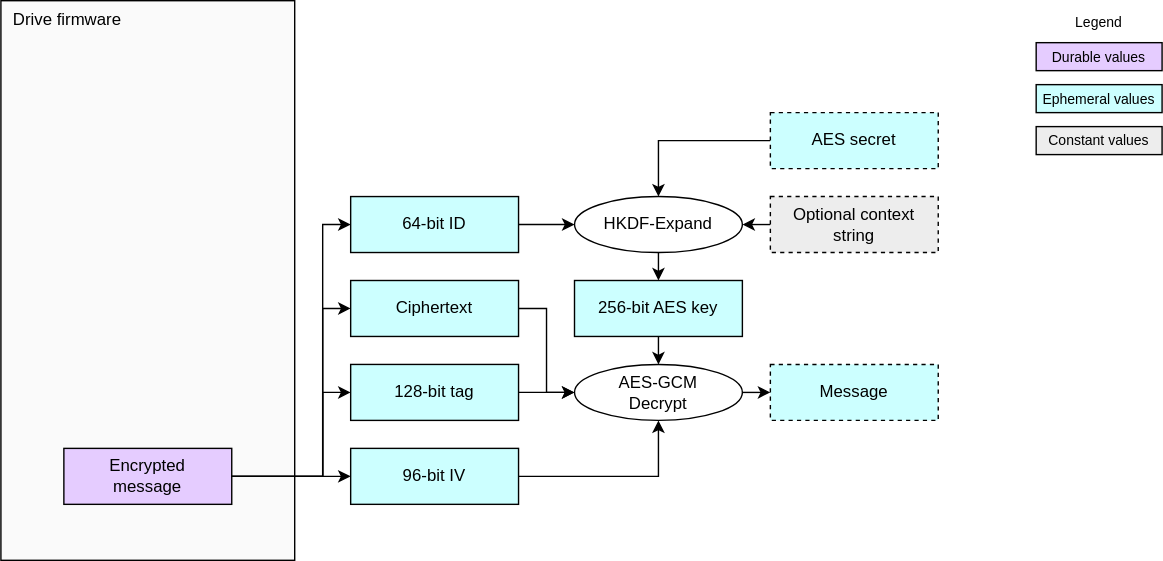
This is doc/ocp_lock/diagrams/preconditioned_aes_decrypt.drawio.svg from chipsalliance/Caliptra, a draw.io export, as it was before one commit. Source tidied: cells renumbered, new cells last; positions are measured from the earlier drawing's top-left corner, leaving out a move shared by most shapes.
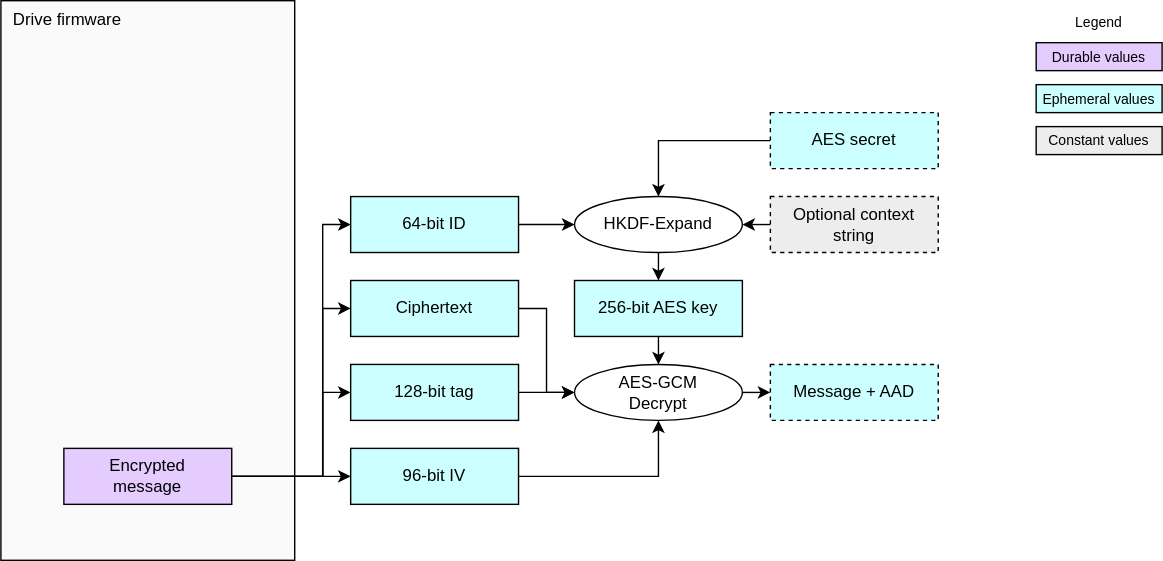
Later version of the same file.

Diff of the diagram source:
```diff
@@ -23,7 +23,7 @@
     <mxCell id="8" style="edgeStyle=orthogonalEdgeStyle;html=1;exitX=1;exitY=0.5;exitDx=0;exitDy=0;entryX=0;entryY=0.5;entryDx=0;entryDy=0;rounded=0;" parent="1" edge="1" source="13" target="9">
       <mxGeometry relative="1" as="geometry" />
     </mxCell>
-    <mxCell id="9" value="&lt;div&gt;&lt;font color=&quot;#000000&quot;&gt;Message&lt;/font&gt;&lt;/div&gt;" style="rounded=0;whiteSpace=wrap;html=1;align=center;verticalAlign=middle;shadow=0;glass=0;spacingLeft=0;spacingBottom=0;spacingTop=0;fillColor=#CCFFFF;dashed=1;" parent="1" vertex="1">
+    <mxCell id="9" value="&lt;div&gt;&lt;font color=&quot;#000000&quot;&gt;Message + AAD&lt;/font&gt;&lt;/div&gt;" style="rounded=0;whiteSpace=wrap;html=1;align=center;verticalAlign=middle;shadow=0;glass=0;spacingLeft=0;spacingBottom=0;spacingTop=0;fillColor=#CCFFFF;dashed=1;" parent="1" vertex="1">
       <mxGeometry x="550" y="260" width="120" height="40" as="geometry" />
     </mxCell>
     <mxCell id="10" style="edgeStyle=orthogonalEdgeStyle;html=1;exitX=1;exitY=0.5;exitDx=0;exitDy=0;entryX=0.5;entryY=1;entryDx=0;entryDy=0;rounded=0;curved=0;" parent="1" edge="1" source="11" target="13">
```
